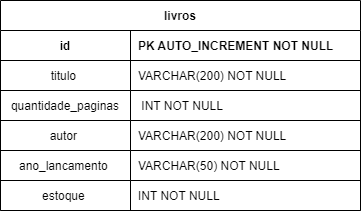
Earlier version of the draw.io export livraria-api_db.png (jrbigmon/apiBookstoreSkeleton). Source tidied: cells renumbered, new cells last; positions are measured from the earlier drawing's top-left corner, leaving out a move shared by most shapes. Its diagram source:
```xml
<mxGraphModel background="#ffffff">
  <root>
    <mxCell id="0" />
    <mxCell id="1" parent="0" />
    <mxCell id="2" value="livros" style="shape=table;startSize=30;rowLines=0;fontStyle=1;align=center;noLabel=0;" parent="1" vertex="1">
      <mxGeometry width="360" height="210" as="geometry" />
    </mxCell>
    <mxCell id="3" style="shape=partialRectangle;fillColor=none;top=0;left=0;bottom=1;right=0;noLabel=0;" parent="2" vertex="1">
      <mxGeometry y="30" width="360" height="30" as="geometry" />
    </mxCell>
    <mxCell id="4" value="id" style="shape=partialRectangle;fillColor=none;top=0;left=0;bottom=0;right=0;fontStyle=1;overflow=hidden;noLabel=0;" parent="3" vertex="1">
      <mxGeometry width="130" height="30" as="geometry" />
    </mxCell>
    <mxCell id="5" value="PK AUTO_INCREMENT NOT NULL" style="shape=partialRectangle;fillColor=none;top=0;left=0;bottom=0;right=0;align=left;spacingLeft=6;fontStyle=1;overflow=hidden;noLabel=0;" parent="3" vertex="1">
      <mxGeometry x="130" width="230" height="30" as="geometry" />
    </mxCell>
    <mxCell id="6" style="shape=partialRectangle;fillColor=none;top=0;left=0;bottom=0;right=0;noLabel=0;" parent="2" vertex="1">
      <mxGeometry y="60" width="360" height="30" as="geometry" />
    </mxCell>
    <mxCell id="7" value="titulo " style="shape=partialRectangle;fillColor=none;top=0;left=0;bottom=1;right=0;overflow=hidden;noLabel=0;" parent="6" vertex="1">
      <mxGeometry width="130" height="30" as="geometry" />
    </mxCell>
    <mxCell id="8" value="VARCHAR(200) NOT NULL" style="shape=partialRectangle;fillColor=none;top=0;left=0;bottom=1;right=0;align=left;spacingLeft=6;overflow=hidden;noLabel=0;" parent="6" vertex="1">
      <mxGeometry x="130" width="230" height="30" as="geometry" />
    </mxCell>
    <mxCell id="9" style="shape=partialRectangle;fillColor=none;top=0;left=0;bottom=0;right=0;noLabel=0;" parent="2" vertex="1">
      <mxGeometry y="90" width="360" height="30" as="geometry" />
    </mxCell>
    <mxCell id="10" value="quantidade_paginas" style="shape=partialRectangle;fillColor=none;top=0;left=0;bottom=1;right=0;overflow=hidden;noLabel=0;" parent="9" vertex="1">
      <mxGeometry width="130" height="30" as="geometry" />
    </mxCell>
    <mxCell id="11" value=" INT NOT NULL" style="shape=partialRectangle;fillColor=none;top=0;left=0;bottom=1;right=0;align=left;spacingLeft=6;overflow=hidden;noLabel=0;" parent="9" vertex="1">
      <mxGeometry x="130" width="230" height="30" as="geometry" />
    </mxCell>
    <mxCell id="12" style="shape=partialRectangle;fillColor=none;top=0;left=0;bottom=0;right=0;noLabel=0;" parent="2" vertex="1">
      <mxGeometry y="120" width="360" height="30" as="geometry" />
    </mxCell>
    <mxCell id="13" value="autor " style="shape=partialRectangle;fillColor=none;top=0;left=0;bottom=1;right=0;overflow=hidden;noLabel=0;" parent="12" vertex="1">
      <mxGeometry width="130" height="30" as="geometry" />
    </mxCell>
    <mxCell id="14" value="VARCHAR(200) NOT NULL" style="shape=partialRectangle;fillColor=none;top=0;left=0;bottom=1;right=0;align=left;spacingLeft=6;overflow=hidden;noLabel=0;" parent="12" vertex="1">
      <mxGeometry x="130" width="230" height="30" as="geometry" />
    </mxCell>
    <mxCell id="15" style="shape=partialRectangle;fillColor=none;top=0;left=0;bottom=0;right=0;noLabel=0;" parent="2" vertex="1">
      <mxGeometry y="150" width="360" height="30" as="geometry" />
    </mxCell>
    <mxCell id="16" value="ano_lancamento " style="shape=partialRectangle;fillColor=none;top=0;left=0;bottom=1;right=0;overflow=hidden;noLabel=0;" parent="15" vertex="1">
      <mxGeometry width="130" height="30" as="geometry" />
    </mxCell>
    <mxCell id="17" value="VARCHAR(50) NOT NULL" style="shape=partialRectangle;fillColor=none;top=0;left=0;bottom=1;right=0;align=left;spacingLeft=6;overflow=hidden;noLabel=0;" parent="15" vertex="1">
      <mxGeometry x="130" width="230" height="30" as="geometry" />
    </mxCell>
    <mxCell id="18" style="shape=partialRectangle;fillColor=none;top=0;left=0;bottom=0;right=0;noLabel=0;" parent="2" vertex="1">
      <mxGeometry y="180" width="360" height="30" as="geometry" />
    </mxCell>
    <mxCell id="19" value="estoque " style="shape=partialRectangle;fillColor=none;top=0;left=0;bottom=1;right=0;overflow=hidden;noLabel=0;" parent="18" vertex="1">
      <mxGeometry width="130" height="30" as="geometry" />
    </mxCell>
    <mxCell id="20" value="INT NOT NULL" style="shape=partialRectangle;fillColor=none;top=0;left=0;bottom=1;right=0;align=left;spacingLeft=6;overflow=hidden;noLabel=0;" parent="18" vertex="1">
      <mxGeometry x="130" width="230" height="30" as="geometry" />
    </mxCell>
  </root>
</mxGraphModel>
```
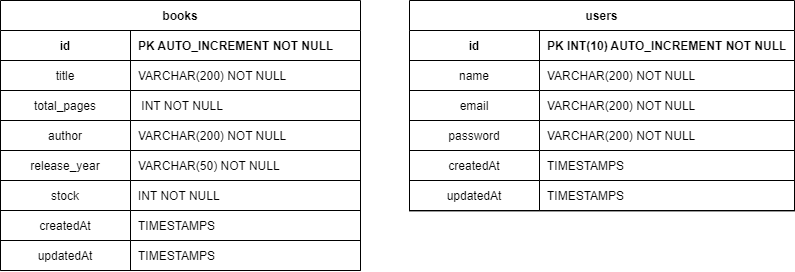
After the change.

Change to the diagram source:
```diff
@@ -2,8 +2,8 @@
   <root>
     <mxCell id="0" />
     <mxCell id="1" parent="0" />
-    <mxCell id="2" value="livros" style="shape=table;startSize=30;rowLines=0;fontStyle=1;align=center;noLabel=0;" parent="1" vertex="1">
-      <mxGeometry width="360" height="210" as="geometry" />
+    <mxCell id="2" value="books" style="shape=table;startSize=30;rowLines=0;fontStyle=1;align=center;noLabel=0;" parent="1" vertex="1">
+      <mxGeometry width="360" height="270" as="geometry" />
     </mxCell>
     <mxCell id="3" style="shape=partialRectangle;fillColor=none;top=0;left=0;bottom=1;right=0;noLabel=0;" parent="2" vertex="1">
       <mxGeometry y="30" width="360" height="30" as="geometry" />
@@ -17,7 +17,7 @@
     <mxCell id="6" style="shape=partialRectangle;fillColor=none;top=0;left=0;bottom=0;right=0;noLabel=0;" parent="2" vertex="1">
       <mxGeometry y="60" width="360" height="30" as="geometry" />
     </mxCell>
-    <mxCell id="7" value="titulo " style="shape=partialRectangle;fillColor=none;top=0;left=0;bottom=1;right=0;overflow=hidden;noLabel=0;" parent="6" vertex="1">
+    <mxCell id="7" value="title" style="shape=partialRectangle;fillColor=none;top=0;left=0;bottom=1;right=0;overflow=hidden;noLabel=0;" parent="6" vertex="1">
       <mxGeometry width="130" height="30" as="geometry" />
     </mxCell>
     <mxCell id="8" value="VARCHAR(200) NOT NULL" style="shape=partialRectangle;fillColor=none;top=0;left=0;bottom=1;right=0;align=left;spacingLeft=6;overflow=hidden;noLabel=0;" parent="6" vertex="1">
@@ -26,7 +26,7 @@
     <mxCell id="9" style="shape=partialRectangle;fillColor=none;top=0;left=0;bottom=0;right=0;noLabel=0;" parent="2" vertex="1">
       <mxGeometry y="90" width="360" height="30" as="geometry" />
     </mxCell>
-    <mxCell id="10" value="quantidade_paginas" style="shape=partialRectangle;fillColor=none;top=0;left=0;bottom=1;right=0;overflow=hidden;noLabel=0;" parent="9" vertex="1">
+    <mxCell id="10" value="total_pages" style="shape=partialRectangle;fillColor=none;top=0;left=0;bottom=1;right=0;overflow=hidden;noLabel=0;" parent="9" vertex="1">
       <mxGeometry width="130" height="30" as="geometry" />
     </mxCell>
     <mxCell id="11" value=" INT NOT NULL" style="shape=partialRectangle;fillColor=none;top=0;left=0;bottom=1;right=0;align=left;spacingLeft=6;overflow=hidden;noLabel=0;" parent="9" vertex="1">
@@ -35,7 +35,7 @@
     <mxCell id="12" style="shape=partialRectangle;fillColor=none;top=0;left=0;bottom=0;right=0;noLabel=0;" parent="2" vertex="1">
       <mxGeometry y="120" width="360" height="30" as="geometry" />
     </mxCell>
-    <mxCell id="13" value="autor " style="shape=partialRectangle;fillColor=none;top=0;left=0;bottom=1;right=0;overflow=hidden;noLabel=0;" parent="12" vertex="1">
+    <mxCell id="13" value="author" style="shape=partialRectangle;fillColor=none;top=0;left=0;bottom=1;right=0;overflow=hidden;noLabel=0;" parent="12" vertex="1">
       <mxGeometry width="130" height="30" as="geometry" />
     </mxCell>
     <mxCell id="14" value="VARCHAR(200) NOT NULL" style="shape=partialRectangle;fillColor=none;top=0;left=0;bottom=1;right=0;align=left;spacingLeft=6;overflow=hidden;noLabel=0;" parent="12" vertex="1">
@@ -44,7 +44,7 @@
     <mxCell id="15" style="shape=partialRectangle;fillColor=none;top=0;left=0;bottom=0;right=0;noLabel=0;" parent="2" vertex="1">
       <mxGeometry y="150" width="360" height="30" as="geometry" />
     </mxCell>
-    <mxCell id="16" value="ano_lancamento " style="shape=partialRectangle;fillColor=none;top=0;left=0;bottom=1;right=0;overflow=hidden;noLabel=0;" parent="15" vertex="1">
+    <mxCell id="16" value="release_year" style="shape=partialRectangle;fillColor=none;top=0;left=0;bottom=1;right=0;overflow=hidden;noLabel=0;" parent="15" vertex="1">
       <mxGeometry width="130" height="30" as="geometry" />
     </mxCell>
     <mxCell id="17" value="VARCHAR(50) NOT NULL" style="shape=partialRectangle;fillColor=none;top=0;left=0;bottom=1;right=0;align=left;spacingLeft=6;overflow=hidden;noLabel=0;" parent="15" vertex="1">
@@ -53,11 +53,86 @@
     <mxCell id="18" style="shape=partialRectangle;fillColor=none;top=0;left=0;bottom=0;right=0;noLabel=0;" parent="2" vertex="1">
       <mxGeometry y="180" width="360" height="30" as="geometry" />
     </mxCell>
-    <mxCell id="19" value="estoque " style="shape=partialRectangle;fillColor=none;top=0;left=0;bottom=1;right=0;overflow=hidden;noLabel=0;" parent="18" vertex="1">
+    <mxCell id="19" value="stock" style="shape=partialRectangle;fillColor=none;top=0;left=0;bottom=1;right=0;overflow=hidden;noLabel=0;" parent="18" vertex="1">
       <mxGeometry width="130" height="30" as="geometry" />
     </mxCell>
     <mxCell id="20" value="INT NOT NULL" style="shape=partialRectangle;fillColor=none;top=0;left=0;bottom=1;right=0;align=left;spacingLeft=6;overflow=hidden;noLabel=0;" parent="18" vertex="1">
       <mxGeometry x="130" width="230" height="30" as="geometry" />
     </mxCell>
+    <mxCell id="21" style="shape=partialRectangle;fillColor=none;top=0;left=0;bottom=0;right=0;noLabel=0;" parent="2" vertex="1">
+      <mxGeometry y="210" width="360" height="30" as="geometry" />
+    </mxCell>
+    <mxCell id="22" value="createdAt" style="shape=partialRectangle;fillColor=none;top=0;left=0;bottom=1;right=0;overflow=hidden;noLabel=0;" parent="21" vertex="1">
+      <mxGeometry width="130" height="30" as="geometry" />
+    </mxCell>
+    <mxCell id="23" value="TIMESTAMPS" style="shape=partialRectangle;fillColor=none;top=0;left=0;bottom=1;right=0;align=left;spacingLeft=6;overflow=hidden;noLabel=0;" parent="21" vertex="1">
+      <mxGeometry x="130" width="230" height="30" as="geometry" />
+    </mxCell>
+    <mxCell id="24" style="shape=partialRectangle;fillColor=none;top=0;left=0;bottom=0;right=0;noLabel=0;" parent="2" vertex="1">
+      <mxGeometry y="240" width="360" height="30" as="geometry" />
+    </mxCell>
+    <mxCell id="25" value="updatedAt" style="shape=partialRectangle;fillColor=none;top=0;left=0;bottom=1;right=0;overflow=hidden;noLabel=0;" parent="24" vertex="1">
+      <mxGeometry width="130" height="30" as="geometry" />
+    </mxCell>
+    <mxCell id="26" value="TIMESTAMPS" style="shape=partialRectangle;fillColor=none;top=0;left=0;bottom=1;right=0;align=left;spacingLeft=6;overflow=hidden;noLabel=0;" parent="24" vertex="1">
+      <mxGeometry x="130" width="230" height="30" as="geometry" />
+    </mxCell>
+    <mxCell id="27" value="users" style="shape=table;startSize=30;rowLines=0;fontStyle=1;align=center;noLabel=0;" parent="1" vertex="1">
+      <mxGeometry x="409" width="385" height="210.4" as="geometry" />
+    </mxCell>
+    <mxCell id="28" style="shape=partialRectangle;fillColor=none;top=0;left=0;bottom=1;right=0;noLabel=0;" parent="27" vertex="1">
+      <mxGeometry y="30" width="385" height="30" as="geometry" />
+    </mxCell>
+    <mxCell id="29" value="id" style="shape=partialRectangle;fillColor=none;top=0;left=0;bottom=0;right=0;fontStyle=1;overflow=hidden;noLabel=0;" parent="28" vertex="1">
+      <mxGeometry width="130" height="30" as="geometry" />
+    </mxCell>
+    <mxCell id="30" value="PK INT(10) AUTO_INCREMENT NOT NULL" style="shape=partialRectangle;fillColor=none;top=0;left=0;bottom=0;right=0;align=left;spacingLeft=6;fontStyle=1;overflow=hidden;noLabel=0;" parent="28" vertex="1">
+      <mxGeometry x="130" width="255" height="30" as="geometry" />
+    </mxCell>
+    <mxCell id="31" style="shape=partialRectangle;fillColor=none;top=0;left=0;bottom=0;right=0;noLabel=0;" parent="27" vertex="1">
+      <mxGeometry y="60" width="385" height="30" as="geometry" />
+    </mxCell>
+    <mxCell id="32" value="name" style="shape=partialRectangle;fillColor=none;top=0;left=0;bottom=1;right=0;overflow=hidden;noLabel=0;" parent="31" vertex="1">
+      <mxGeometry width="130" height="30" as="geometry" />
+    </mxCell>
+    <mxCell id="33" value="VARCHAR(200) NOT NULL" style="shape=partialRectangle;fillColor=none;top=0;left=0;bottom=1;right=0;align=left;spacingLeft=6;overflow=hidden;noLabel=0;" parent="31" vertex="1">
+      <mxGeometry x="130" width="255" height="30" as="geometry" />
+    </mxCell>
+    <mxCell id="34" style="shape=partialRectangle;fillColor=none;top=0;left=0;bottom=0;right=0;noLabel=0;" parent="27" vertex="1">
+      <mxGeometry y="90" width="385" height="30" as="geometry" />
+    </mxCell>
+    <mxCell id="35" value="email" style="shape=partialRectangle;fillColor=none;top=0;left=0;bottom=1;right=0;overflow=hidden;noLabel=0;" parent="34" vertex="1">
+      <mxGeometry width="130" height="30" as="geometry" />
+    </mxCell>
+    <mxCell id="36" value="VARCHAR(200) NOT NULL" style="shape=partialRectangle;fillColor=none;top=0;left=0;bottom=1;right=0;align=left;spacingLeft=6;overflow=hidden;noLabel=0;" parent="34" vertex="1">
+      <mxGeometry x="130" width="255" height="30" as="geometry" />
+    </mxCell>
+    <mxCell id="37" style="shape=partialRectangle;fillColor=none;top=0;left=0;bottom=0;right=0;noLabel=0;" parent="27" vertex="1">
+      <mxGeometry y="120" width="385" height="30" as="geometry" />
+    </mxCell>
+    <mxCell id="38" value="password" style="shape=partialRectangle;fillColor=none;top=0;left=0;bottom=1;right=0;overflow=hidden;noLabel=0;" parent="37" vertex="1">
+      <mxGeometry width="130" height="30" as="geometry" />
+    </mxCell>
+    <mxCell id="39" value="VARCHAR(200) NOT NULL" style="shape=partialRectangle;fillColor=none;top=0;left=0;bottom=1;right=0;align=left;spacingLeft=6;overflow=hidden;noLabel=0;" parent="37" vertex="1">
+      <mxGeometry x="130" width="255" height="30" as="geometry" />
+    </mxCell>
+    <mxCell id="40" style="shape=partialRectangle;fillColor=none;top=0;left=0;bottom=0;right=0;noLabel=0;" parent="27" vertex="1">
+      <mxGeometry y="150" width="385" height="30" as="geometry" />
+    </mxCell>
+    <mxCell id="41" value="createdAt" style="shape=partialRectangle;fillColor=none;top=0;left=0;bottom=1;right=0;overflow=hidden;noLabel=0;" parent="40" vertex="1">
+      <mxGeometry width="130" height="30" as="geometry" />
+    </mxCell>
+    <mxCell id="42" value="TIMESTAMPS" style="shape=partialRectangle;fillColor=none;top=0;left=0;bottom=1;right=0;align=left;spacingLeft=6;overflow=hidden;noLabel=0;" parent="40" vertex="1">
+      <mxGeometry x="130" width="255" height="30" as="geometry" />
+    </mxCell>
+    <mxCell id="43" style="shape=partialRectangle;fillColor=none;top=0;left=0;bottom=0;right=0;noLabel=0;" parent="27" vertex="1">
+      <mxGeometry y="180" width="385" height="30" as="geometry" />
+    </mxCell>
+    <mxCell id="44" value="updatedAt" style="shape=partialRectangle;fillColor=none;top=0;left=0;bottom=1;right=0;overflow=hidden;noLabel=0;" parent="43" vertex="1">
+      <mxGeometry width="130" height="30" as="geometry" />
+    </mxCell>
+    <mxCell id="45" value="TIMESTAMPS" style="shape=partialRectangle;fillColor=none;top=0;left=0;bottom=1;right=0;align=left;spacingLeft=6;overflow=hidden;noLabel=0;" parent="43" vertex="1">
+      <mxGeometry x="130" width="255" height="30" as="geometry" />
+    </mxCell>
   </root>
 </mxGraphModel>
```
